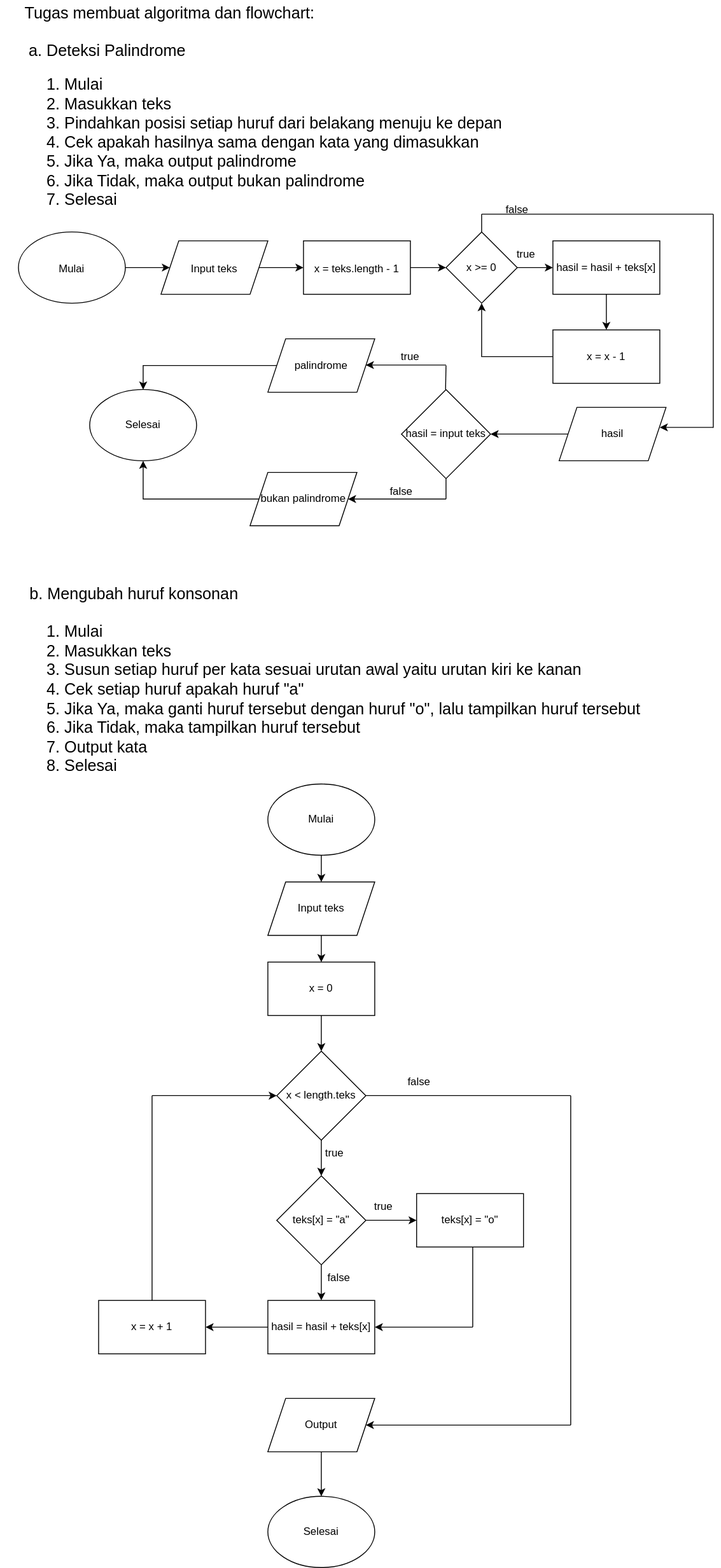
Before: algoritma dan flowchart.drawio.svg, a diagram exported from draw.io (mstkm/fw12-javascript1). Source tidied: cells renumbered, new cells last; positions are measured from the earlier drawing's top-left corner, leaving out a move shared by most shapes.
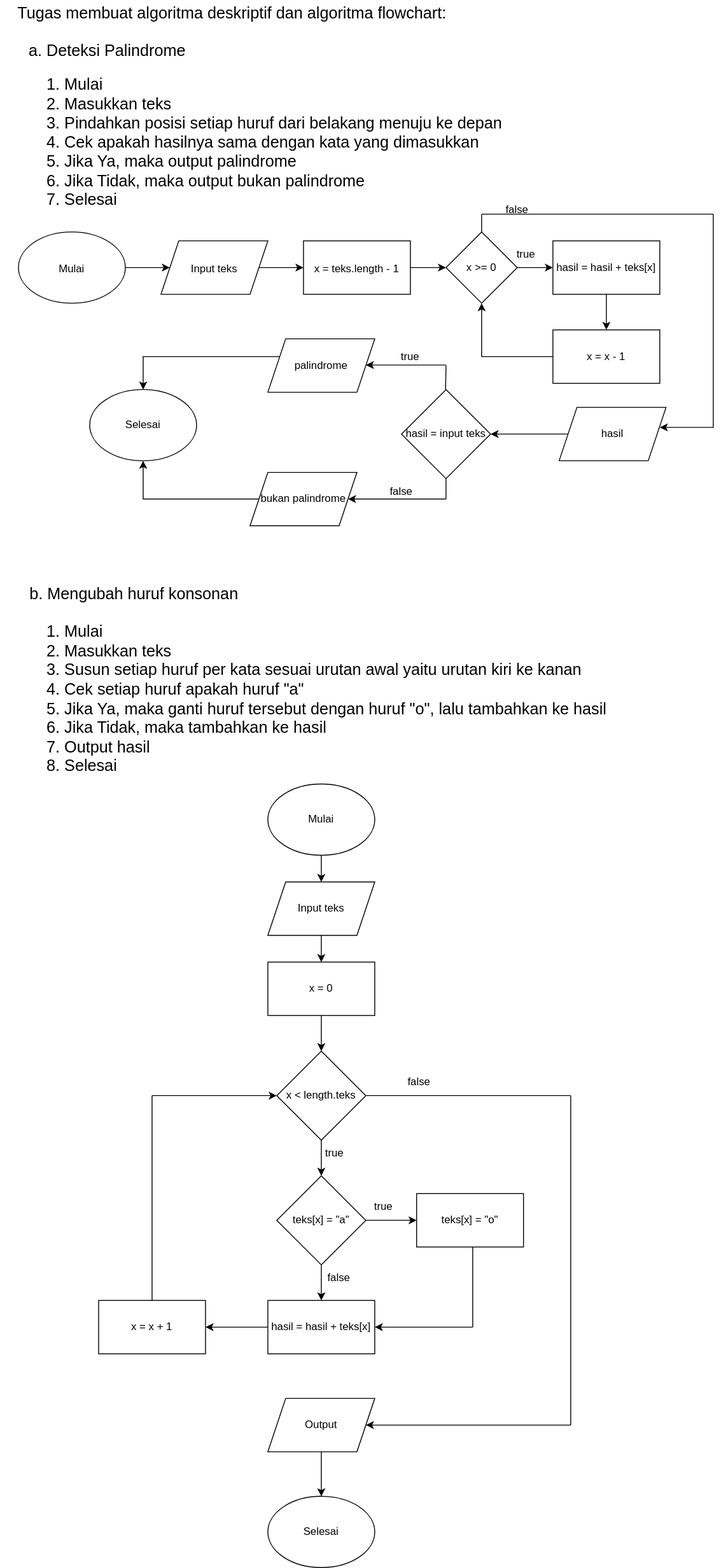
The same diagram one commit later.

The edit, as a diff of the source:
```diff
@@ -2,8 +2,8 @@
   <root>
     <mxCell id="0" />
     <mxCell id="1" parent="0" />
-    <mxCell id="2" value="&lt;font style=&quot;font-size: 18px;&quot;&gt;Tugas membuat algoritma dan flowchart:&lt;/font&gt;" style="text;html=1;strokeColor=none;fillColor=none;align=center;verticalAlign=middle;whiteSpace=wrap;rounded=0;" parent="1" vertex="1">
-      <mxGeometry width="380" height="30" as="geometry" />
+    <mxCell id="2" value="&lt;font style=&quot;font-size: 18px;&quot;&gt;Tugas membuat algoritma deskriptif dan algoritma flowchart:&lt;/font&gt;" style="text;html=1;strokeColor=none;fillColor=none;align=center;verticalAlign=middle;whiteSpace=wrap;rounded=0;" parent="1" vertex="1">
+      <mxGeometry width="520" height="30" as="geometry" />
     </mxCell>
     <mxCell id="3" value="&lt;font style=&quot;font-size: 18px;&quot;&gt;a. Deteksi Palindrome&lt;/font&gt;" style="text;html=1;strokeColor=none;fillColor=none;align=center;verticalAlign=middle;whiteSpace=wrap;rounded=0;fontSize=24;" parent="1" vertex="1">
       <mxGeometry x="20" y="40" width="200" height="30" as="geometry" />
@@ -89,7 +89,11 @@
       <mxGeometry x="450" y="437" width="100" height="100" as="geometry" />
     </mxCell>
     <mxCell id="26" style="edgeStyle=orthogonalEdgeStyle;rounded=0;jettySize=auto;html=1;entryX=0.5;entryY=0;entryDx=0;entryDy=0;fontSize=12;" parent="1" edge="1" source="27" target="30">
-      <mxGeometry relative="1" as="geometry" />
+      <mxGeometry relative="1" as="geometry">
+        <Array as="points">
+          <mxPoint x="160" y="400" />
+        </Array>
+      </mxGeometry>
     </mxCell>
     <mxCell id="27" value="palindrome" style="shape=parallelogram;perimeter=parallelogramPerimeter;whiteSpace=wrap;html=1;fixedSize=1;fontSize=12;" parent="1" vertex="1">
       <mxGeometry x="300" y="380" width="120" height="60" as="geometry" />
@@ -129,7 +133,7 @@
     <mxCell id="35" value="&lt;font style=&quot;font-size: 18px;&quot;&gt;b. Mengubah huruf konsonan&lt;/font&gt;" style="text;html=1;strokeColor=none;fillColor=none;align=center;verticalAlign=middle;whiteSpace=wrap;rounded=0;fontSize=24;" parent="1" vertex="1">
       <mxGeometry x="20" y="650" width="260" height="30" as="geometry" />
     </mxCell>
-    <mxCell id="36" value="1. Mulai&lt;br&gt;2. Masukkan teks&lt;br&gt;3. Susun setiap huruf per kata sesuai urutan awal yaitu urutan kiri ke kanan&lt;br&gt;4. Cek setiap huruf apakah huruf &quot;a&quot;&lt;br&gt;5. Jika Ya, maka ganti huruf tersebut dengan huruf &quot;o&quot;, lalu tampilkan huruf tersebut&lt;br&gt;6. Jika Tidak, maka tampilkan huruf tersebut&lt;br&gt;7. Output kata&lt;br&gt;8. Selesai" style="text;html=1;strokeColor=none;fillColor=none;align=left;verticalAlign=middle;whiteSpace=wrap;rounded=0;fontSize=18;" parent="1" vertex="1">
+    <mxCell id="36" value="1. Mulai&lt;br&gt;2. Masukkan teks&lt;br&gt;3. Susun setiap huruf per kata sesuai urutan awal yaitu urutan kiri ke kanan&lt;br&gt;4. Cek setiap huruf apakah huruf &quot;a&quot;&lt;br&gt;5. Jika Ya, maka ganti huruf tersebut dengan huruf &quot;o&quot;, lalu tambahkan ke hasil&lt;br&gt;6. Jika Tidak, maka tambahkan ke hasil&lt;br&gt;7. Output hasil&lt;br&gt;8. Selesai" style="text;html=1;strokeColor=none;fillColor=none;align=left;verticalAlign=middle;whiteSpace=wrap;rounded=0;fontSize=18;" parent="1" vertex="1">
       <mxGeometry x="50" y="690" width="710" height="190" as="geometry" />
     </mxCell>
     <mxCell id="37" style="edgeStyle=orthogonalEdgeStyle;rounded=0;jettySize=auto;html=1;" parent="1" edge="1" source="38" target="40">
```
